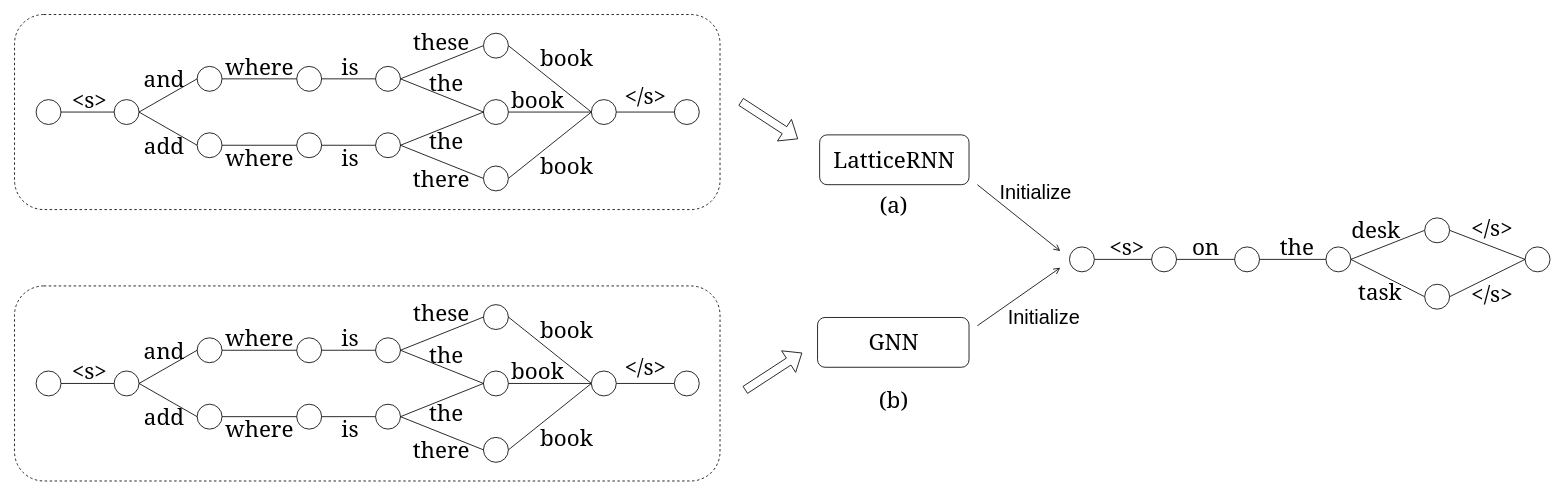
The draw.io diagram Cross-Utterance Lattice Encoding Rescoring.drawio in AmourWaltz/OtherProjects, before the edit. Source tidied: cells renumbered, new cells numbered last; positions are measured from the earlier drawing's top-left corner, leaving out a move shared by most shapes. Both pictures are drawn from the tidied source at 83%, with x=0, y=0 at pixel (14, 14).
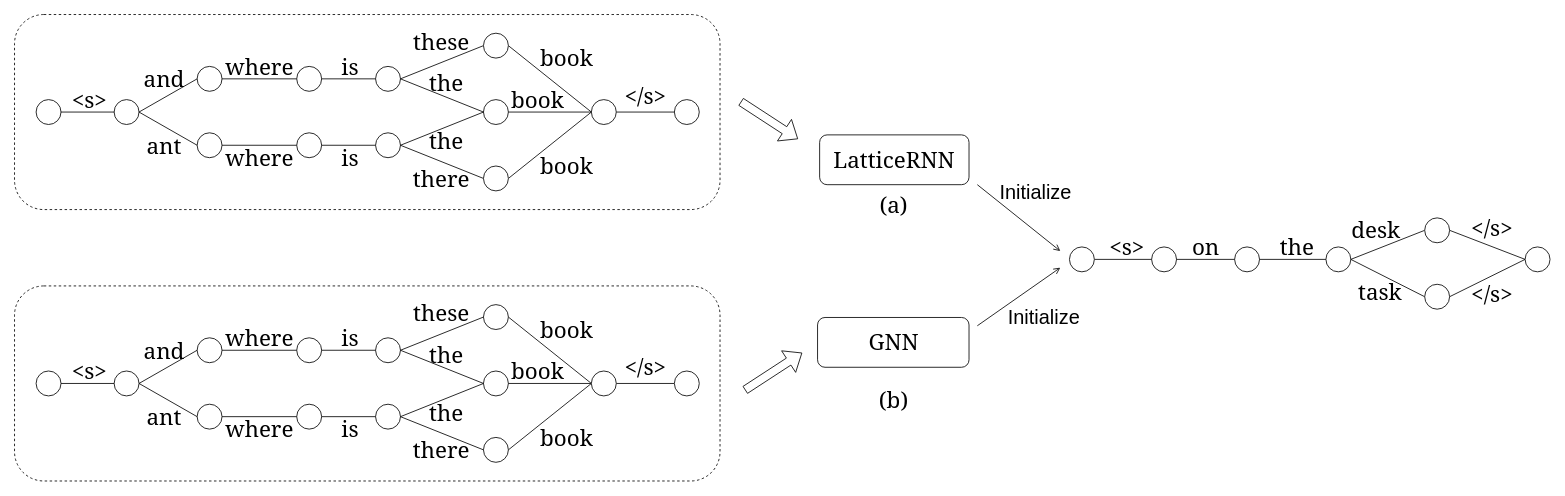
The same diagram, later.

Change to the diagram source:
```diff
@@
-    <mxCell id="74" value="&lt;font style=&quot;font-size: 27px&quot; face=&quot;Georgia&quot;&gt;add&lt;/font&gt;" style="text;html=1;align=center;verticalAlign=middle;strokeColor=none;fillColor=none;" parent="1" vertex="1">
-      <mxGeometry x="150" y="147.5" width="60" height="20" as="geometry" />
+    <mxCell id="74" value="&lt;font style=&quot;font-size: 27px&quot; face=&quot;Georgia&quot;&gt;ant&lt;/font&gt;" style="text;html=1;align=center;verticalAlign=middle;strokeColor=none;fillColor=none;" parent="1" vertex="1">
+      <mxGeometry x="155" y="147.5" width="50" height="20" as="geometry" />
     </mxCell>
@@
-    <mxCell id="118" value="&lt;font style=&quot;font-size: 27px&quot; face=&quot;Georgia&quot;&gt;add&lt;/font&gt;" style="text;html=1;align=center;verticalAlign=middle;strokeColor=none;fillColor=none;" parent="1" vertex="1">
-      <mxGeometry x="150" y="474.5" width="60" height="20" as="geometry" />
+    <mxCell id="118" value="&lt;font style=&quot;font-size: 27px&quot; face=&quot;Georgia&quot;&gt;ant&lt;/font&gt;" style="text;html=1;align=center;verticalAlign=middle;strokeColor=none;fillColor=none;" parent="1" vertex="1">
+      <mxGeometry x="155" y="474.5" width="50" height="20" as="geometry" />
     </mxCell>
```
